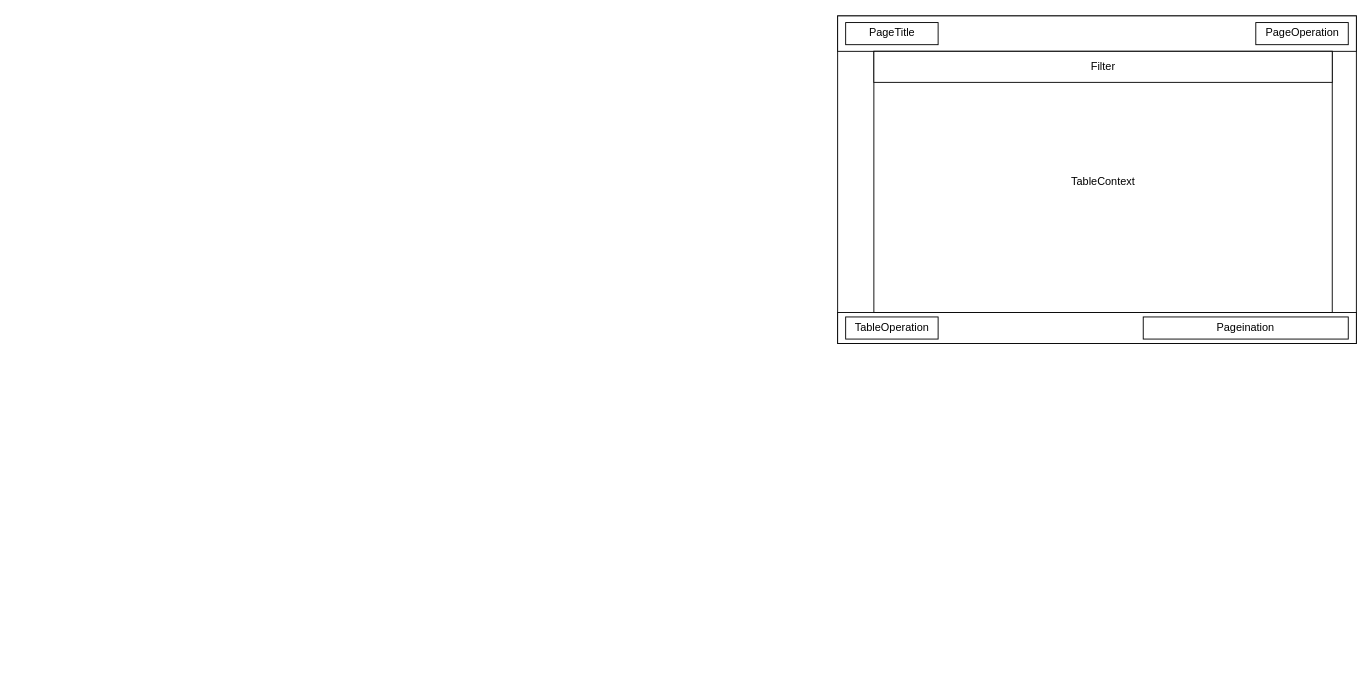
heggria/blog keeps this draw.io diagram as Fee.drawio. Above is the earlier version. Source tidied: cells renumbered, new cells numbered last; positions are measured from the earlier drawing's top-left corner, leaving out a move shared by most shapes. Both pictures are drawn from the tidied source at 91%, with x=0, y=0 at pixel (837, 15).
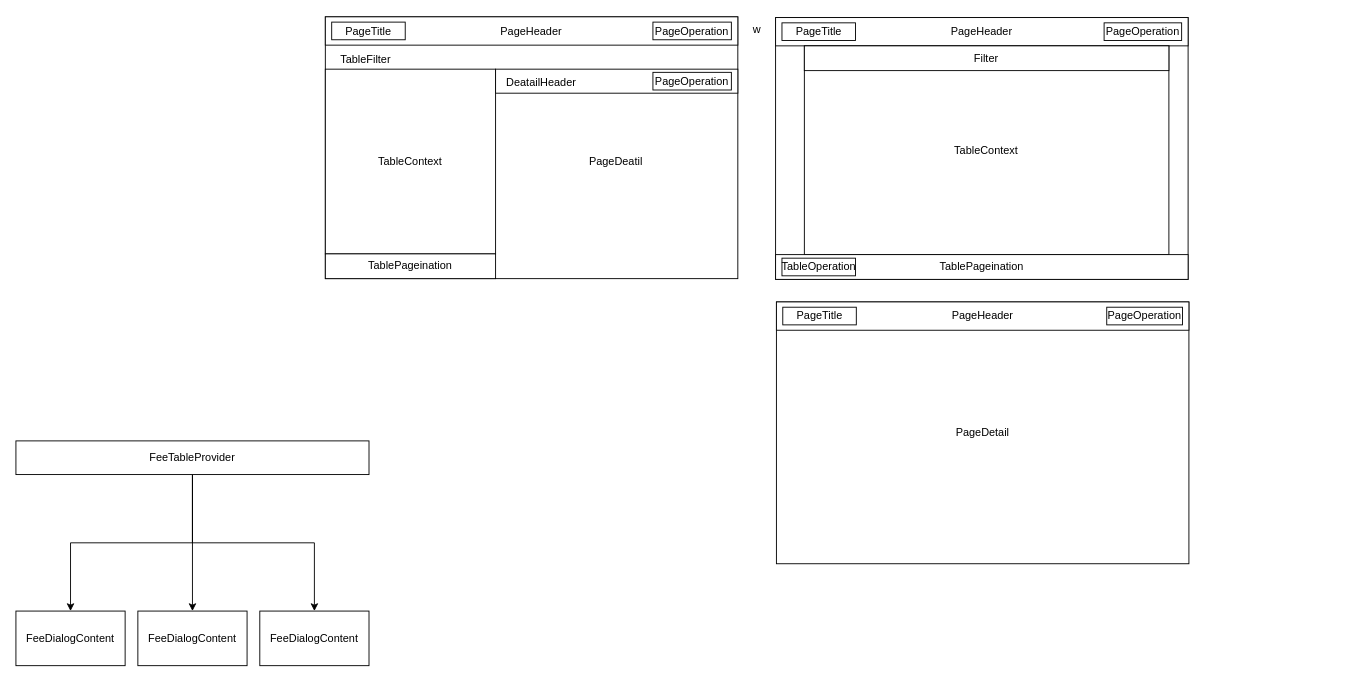
The same page after the edit.

Diff of the diagram source:
```diff
@@
+    <mxCell id="12" value="w" style="group;" parent="1" vertex="1">
+      <mxGeometry x="-563" y="1" width="949" height="601" as="geometry" />
+    </mxCell>
-    <mxCell id="2" style="group;" parent="1" vertex="1">
-      <mxGeometry width="570" height="360" as="geometry" />
+    <mxCell id="2" style="group;" parent="12" vertex="1">
+      <mxGeometry x="494.8" y="0.8" width="453.3" height="287.7" as="geometry" />
     </mxCell>
     <mxCell id="3" style="rounded=0;whiteSpace=wrap;html=1;" parent="2" vertex="1">
-      <mxGeometry width="570" height="360" as="geometry" />
+      <mxGeometry width="453.3" height="287.7" as="geometry" />
     </mxCell>
-    <mxCell id="4" style="rounded=0;whiteSpace=wrap;html=1;" parent="2" vertex="1">
-      <mxGeometry width="570" height="38.9" as="geometry" />
+    <mxCell id="4" value="PageHeader" style="rounded=0;whiteSpace=wrap;html=1;" parent="2" vertex="1">
+      <mxGeometry width="453.3" height="31.1" as="geometry" />
     </mxCell>
     <mxCell id="5" value="PageOperation" style="rounded=0;whiteSpace=wrap;html=1;" parent="2" vertex="1">
-      <mxGeometry x="459.5" y="7.3" width="101.6" height="24.3" as="geometry" />
+      <mxGeometry x="361" y="5.8" width="85.2" height="19.4" as="geometry" />
     </mxCell>
     <mxCell id="6" value="TableContext" style="rounded=0;whiteSpace=wrap;html=1;" parent="2" vertex="1">
-      <mxGeometry x="39.8" y="38.9" width="503.7" height="287" as="geometry" />
+      <mxGeometry x="31.6" y="31.1" width="400.6" height="229.4" as="geometry" />
     </mxCell>
-    <mxCell id="7" style="rounded=0;whiteSpace=wrap;html=1;" parent="2" vertex="1">
-      <mxGeometry y="325.9" width="570" height="34.1" as="geometry" />
+    <mxCell id="7" value="TablePageination" style="rounded=0;whiteSpace=wrap;html=1;" parent="2" vertex="1">
+      <mxGeometry y="260.5" width="453.3" height="27.2" as="geometry" />
     </mxCell>
     <mxCell id="8" value="PageTitle" style="rounded=0;whiteSpace=wrap;html=1;" parent="2" vertex="1">
-      <mxGeometry x="8.8" y="7.3" width="101.6" height="24.3" as="geometry" />
+      <mxGeometry x="7" y="5.8" width="80.8" height="19.4" as="geometry" />
     </mxCell>
     <mxCell id="9" value="Filter" style="rounded=0;whiteSpace=wrap;html=1;" parent="2" vertex="1">
-      <mxGeometry x="39.8" y="38.9" width="503.7" height="34.1" as="geometry" />
+      <mxGeometry x="31.6" y="31.1" width="400.6" height="27.2" as="geometry" />
     </mxCell>
-    <mxCell id="10" value="Pageination" style="rounded=0;whiteSpace=wrap;html=1;" parent="2" vertex="1">
-      <mxGeometry x="335.8" y="330.8" width="225.3" height="24.3" as="geometry" />
-    </mxCell>
     <mxCell id="11" value="TableOperation" style="rounded=0;whiteSpace=wrap;html=1;" parent="2" vertex="1">
-      <mxGeometry x="8.8" y="330.8" width="101.6" height="24.3" as="geometry" />
+      <mxGeometry x="7" y="264.4" width="80.8" height="19.4" as="geometry" />
     </mxCell>
+    <mxCell id="13" style="group;" parent="12" vertex="1">
+      <mxGeometry width="453.3" height="287.7" as="geometry" />
+    </mxCell>
+    <mxCell id="14" style="rounded=0;whiteSpace=wrap;html=1;" parent="13" vertex="1">
+      <mxGeometry width="453.3" height="287.7" as="geometry" />
+    </mxCell>
+    <mxCell id="15" value="PageHeader" style="rounded=0;whiteSpace=wrap;html=1;" parent="13" vertex="1">
+      <mxGeometry width="453.3" height="31.1" as="geometry" />
+    </mxCell>
+    <mxCell id="16" value="PageOperation" style="rounded=0;whiteSpace=wrap;html=1;" parent="13" vertex="1">
+      <mxGeometry x="360" y="5.8" width="86.2" height="19.4" as="geometry" />
+    </mxCell>
+    <mxCell id="17" value="TableContext" style="rounded=0;whiteSpace=wrap;html=1;" parent="13" vertex="1">
+      <mxGeometry y="57.5" width="187.1" height="203" as="geometry" />
+    </mxCell>
+    <mxCell id="18" value="TablePageination" style="rounded=0;whiteSpace=wrap;html=1;" parent="13" vertex="1">
+      <mxGeometry y="260.5" width="187.1" height="27.2" as="geometry" />
+    </mxCell>
+    <mxCell id="19" value="PageTitle" style="rounded=0;whiteSpace=wrap;html=1;" parent="13" vertex="1">
+      <mxGeometry x="7" y="5.8" width="80.8" height="19.4" as="geometry" />
+    </mxCell>
+    <mxCell id="20" value="PageDeatil" style="text;html=1;align=center;verticalAlign=middle;strokeColor=none;fillColor=none;" parent="13" vertex="1">
+      <mxGeometry x="280.6" y="146.3" width="77" height="26" as="geometry" />
+    </mxCell>
+    <mxCell id="21" style="rounded=0;whiteSpace=wrap;html=1;" parent="13" vertex="1">
+      <mxGeometry x="187.1" y="57.5" width="266.2" height="26.4" as="geometry" />
+    </mxCell>
+    <mxCell id="22" value="PageOperation" style="rounded=0;whiteSpace=wrap;html=1;" parent="13" vertex="1">
+      <mxGeometry x="360" y="61" width="86.2" height="19.4" as="geometry" />
+    </mxCell>
+    <mxCell id="23" value="DeatailHeader" style="text;html=1;align=center;verticalAlign=middle;strokeColor=none;fillColor=none;" parent="13" vertex="1">
+      <mxGeometry x="189" y="60.3" width="95" height="26" as="geometry" />
+    </mxCell>
+    <mxCell id="24" value="TableFilter" style="text;html=1;align=center;verticalAlign=middle;strokeColor=none;fillColor=none;" parent="13" vertex="1">
+      <mxGeometry x="7" y="34.4" width="73" height="26" as="geometry" />
+    </mxCell>
+    <mxCell id="25" style="group;" parent="12" vertex="1">
+      <mxGeometry x="495.7" y="313.3" width="453.3" height="287.7" as="geometry" />
+    </mxCell>
+    <mxCell id="26" value="PageDetail" style="rounded=0;whiteSpace=wrap;html=1;" parent="25" vertex="1">
+      <mxGeometry width="453.3" height="287.7" as="geometry" />
+    </mxCell>
+    <mxCell id="27" value="PageHeader" style="rounded=0;whiteSpace=wrap;html=1;" parent="25" vertex="1">
+      <mxGeometry width="453.3" height="31.1" as="geometry" />
+    </mxCell>
+    <mxCell id="28" value="PageOperation" style="rounded=0;whiteSpace=wrap;html=1;" parent="25" vertex="1">
+      <mxGeometry x="363" y="5.8" width="83.2" height="19.4" as="geometry" />
+    </mxCell>
+    <mxCell id="29" value="PageTitle" style="rounded=0;whiteSpace=wrap;html=1;" parent="25" vertex="1">
+      <mxGeometry x="7" y="5.8" width="80.8" height="19.4" as="geometry" />
+    </mxCell>
+    <mxCell id="30" value="FeeDialogContent" style="rounded=0;whiteSpace=wrap;html=1;" parent="1" vertex="1">
+      <mxGeometry x="-903" y="654" width="120" height="60" as="geometry" />
+    </mxCell>
+    <mxCell id="31" style="edgeStyle=orthogonalEdgeStyle;rounded=0;jettySize=auto;html=1;exitX=0.5;exitY=1;exitDx=0;exitDy=0;entryX=0.5;entryY=0;entryDx=0;entryDy=0;" parent="1" edge="1" source="34" target="30">
+      <mxGeometry relative="1" as="geometry" />
+    </mxCell>
+    <mxCell id="32" style="edgeStyle=orthogonalEdgeStyle;rounded=0;jettySize=auto;html=1;exitX=0.5;exitY=1;exitDx=0;exitDy=0;" parent="1" edge="1" source="34" target="35">
+      <mxGeometry relative="1" as="geometry" />
+    </mxCell>
+    <mxCell id="33" style="edgeStyle=orthogonalEdgeStyle;rounded=0;jettySize=auto;html=1;exitX=0.5;exitY=1;exitDx=0;exitDy=0;" parent="1" edge="1" source="34" target="36">
+      <mxGeometry relative="1" as="geometry" />
+    </mxCell>
+    <mxCell id="34" value="FeeTableProvider" style="whiteSpace=wrap;html=1;" parent="1" vertex="1">
+      <mxGeometry x="-903" y="467" width="388" height="37" as="geometry" />
+    </mxCell>
+    <mxCell id="35" value="FeeDialogContent" style="rounded=0;whiteSpace=wrap;html=1;" parent="1" vertex="1">
+      <mxGeometry x="-769" y="654" width="120" height="60" as="geometry" />
+    </mxCell>
+    <mxCell id="36" value="FeeDialogContent" style="rounded=0;whiteSpace=wrap;html=1;" parent="1" vertex="1">
+      <mxGeometry x="-635" y="654" width="120" height="60" as="geometry" />
+    </mxCell>
```
